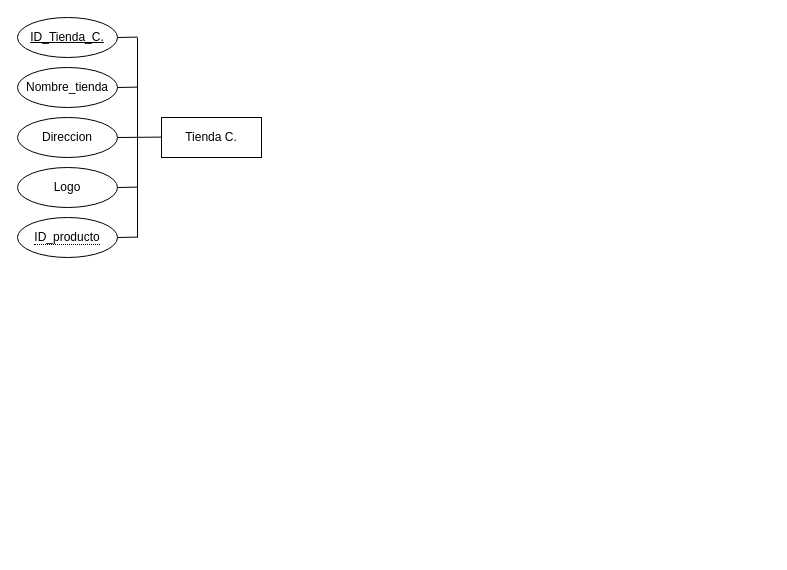
Earlier version of the draw.io diagram Modelos entidad relacion.drawio (BrayanRosasC/Tareas). Source tidied: cells renumbered, new cells numbered last; positions are measured from the earlier drawing's top-left corner, leaving out a move shared by most shapes. Both pictures are drawn from the tidied source at 100%, with x=0, y=0 at pixel (17, 17).
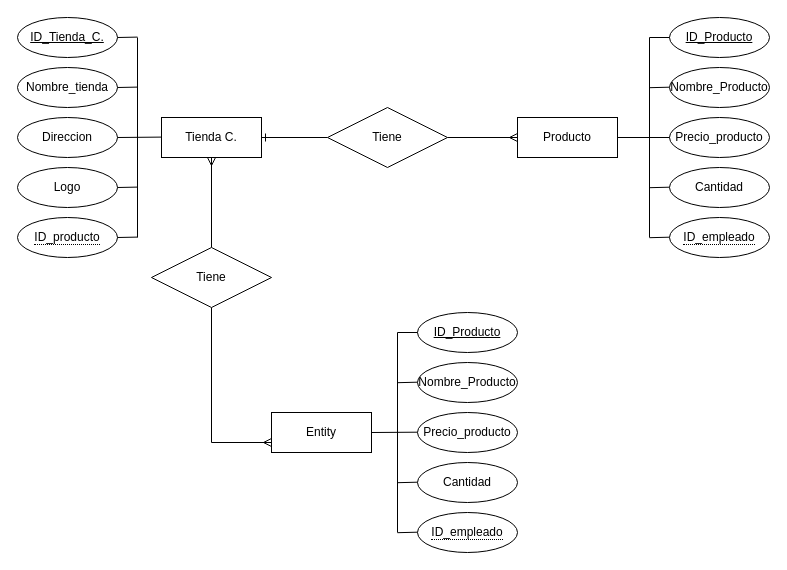
The same diagram, later.

Unchanged cells that the change refers to:
```xml
<mxCell id="2" value="Tienda C." style="whiteSpace=wrap;html=1;align=center;" parent="1" vertex="1">
  <mxGeometry x="144" y="100" width="100" height="40" as="geometry" />
</mxCell>
```

Diff of the diagram source:
```diff
@@
+    <mxCell id="14" style="edgeStyle=orthogonalEdgeStyle;rounded=0;jettySize=auto;html=1;entryX=1;entryY=0.5;entryDx=0;entryDy=0;endArrow=ERone;endFill=0;" parent="1" edge="1" source="16" target="2">
+      <mxGeometry relative="1" as="geometry" />
+    </mxCell>
+    <mxCell id="15" style="edgeStyle=orthogonalEdgeStyle;rounded=0;jettySize=auto;html=1;entryX=0;entryY=0.5;entryDx=0;entryDy=0;endArrow=ERmany;endFill=0;" parent="1" edge="1" source="16" target="17">
+      <mxGeometry relative="1" as="geometry" />
+    </mxCell>
+    <mxCell id="16" value="Tiene" style="shape=rhombus;perimeter=rhombusPerimeter;whiteSpace=wrap;html=1;align=center;" parent="1" vertex="1">
+      <mxGeometry x="310" y="90" width="120" height="60" as="geometry" />
+    </mxCell>
+    <mxCell id="17" value="Producto" style="whiteSpace=wrap;html=1;align=center;" parent="1" vertex="1">
+      <mxGeometry x="500" y="100" width="100" height="40" as="geometry" />
+    </mxCell>
+    <mxCell id="18" value="Nombre_Producto" style="ellipse;whiteSpace=wrap;html=1;align=center;direction=west;" parent="1" vertex="1">
+      <mxGeometry x="652" y="50" width="100" height="40" as="geometry" />
+    </mxCell>
+    <mxCell id="19" value="ID_Producto" style="ellipse;whiteSpace=wrap;html=1;align=center;fontStyle=4;direction=west;" parent="1" vertex="1">
+      <mxGeometry x="652" width="100" height="40" as="geometry" />
+    </mxCell>
+    <mxCell id="20" value="&lt;span style=&quot;border-bottom: 1px dotted&quot;&gt;ID_empleado&lt;/span&gt;" style="ellipse;whiteSpace=wrap;html=1;align=center;direction=west;" parent="1" vertex="1">
+      <mxGeometry x="652" y="200" width="100" height="40" as="geometry" />
+    </mxCell>
+    <mxCell id="21" value="Precio_producto" style="ellipse;whiteSpace=wrap;html=1;align=center;direction=west;" parent="1" vertex="1">
+      <mxGeometry x="652" y="100" width="100" height="40" as="geometry" />
+    </mxCell>
+    <mxCell id="22" value="Cantidad" style="ellipse;whiteSpace=wrap;html=1;align=center;direction=west;" parent="1" vertex="1">
+      <mxGeometry x="652" y="150" width="100" height="40" as="geometry" />
+    </mxCell>
+    <mxCell id="23" style="endArrow=none;html=1;rounded=0;" parent="1" edge="1">
+      <mxGeometry relative="1" as="geometry">
+        <mxPoint x="632" y="220" as="sourcePoint" />
+        <mxPoint x="632" y="20" as="targetPoint" />
+      </mxGeometry>
+    </mxCell>
+    <mxCell id="24" style="endArrow=none;html=1;rounded=0;exitX=1;exitY=0.5;exitDx=0;exitDy=0;" parent="1" edge="1" source="19">
+      <mxGeometry relative="1" as="geometry">
+        <mxPoint x="632" y="20" as="targetPoint" />
+      </mxGeometry>
+    </mxCell>
+    <mxCell id="25" style="endArrow=none;html=1;rounded=0;exitX=1;exitY=0.5;exitDx=0;exitDy=0;entryX=1;entryY=0.5;entryDx=0;entryDy=0;" parent="1" edge="1" source="21" target="17">
+      <mxGeometry relative="1" as="geometry" />
+    </mxCell>
+    <mxCell id="26" style="endArrow=none;html=1;rounded=0;exitX=1;exitY=0.5;exitDx=0;exitDy=0;" parent="1" edge="1">
+      <mxGeometry relative="1" as="geometry">
+        <mxPoint x="632" y="70.2" as="sourcePoint" />
+        <mxPoint x="652" y="69.7" as="targetPoint" />
+      </mxGeometry>
+    </mxCell>
+    <mxCell id="27" style="endArrow=none;html=1;rounded=0;exitX=1;exitY=0.5;exitDx=0;exitDy=0;" parent="1" edge="1">
+      <mxGeometry relative="1" as="geometry">
+        <mxPoint x="632" y="170.2" as="sourcePoint" />
+        <mxPoint x="652" y="169.7" as="targetPoint" />
+      </mxGeometry>
+    </mxCell>
+    <mxCell id="28" style="endArrow=none;html=1;rounded=0;exitX=1;exitY=0.5;exitDx=0;exitDy=0;" parent="1" edge="1">
+      <mxGeometry relative="1" as="geometry">
+        <mxPoint x="632" y="220.2" as="sourcePoint" />
+        <mxPoint x="652" y="219.7" as="targetPoint" />
+      </mxGeometry>
+    </mxCell>
+    <mxCell id="29" style="edgeStyle=orthogonalEdgeStyle;rounded=0;jettySize=auto;html=1;entryX=0.5;entryY=1;entryDx=0;entryDy=0;endArrow=ERmany;endFill=0;" parent="1" edge="1" source="31" target="2">
+      <mxGeometry relative="1" as="geometry" />
+    </mxCell>
+    <mxCell id="30" style="edgeStyle=orthogonalEdgeStyle;rounded=0;jettySize=auto;html=1;entryX=0;entryY=0.75;entryDx=0;entryDy=0;endArrow=ERmany;endFill=0;" parent="1" edge="1" source="31" target="32">
+      <mxGeometry relative="1" as="geometry" />
+    </mxCell>
+    <mxCell id="31" value="Tiene" style="shape=rhombus;perimeter=rhombusPerimeter;whiteSpace=wrap;html=1;align=center;" parent="1" vertex="1">
+      <mxGeometry x="134" y="230" width="120" height="60" as="geometry" />
+    </mxCell>
+    <mxCell id="32" value="Entity" style="whiteSpace=wrap;html=1;align=center;" parent="1" vertex="1">
+      <mxGeometry x="254" y="395" width="100" height="40" as="geometry" />
+    </mxCell>
+    <mxCell id="33" value="Nombre_Producto" style="ellipse;whiteSpace=wrap;html=1;align=center;direction=west;" parent="1" vertex="1">
+      <mxGeometry x="400" y="345" width="100" height="40" as="geometry" />
+    </mxCell>
+    <mxCell id="34" value="ID_Producto" style="ellipse;whiteSpace=wrap;html=1;align=center;fontStyle=4;direction=west;" parent="1" vertex="1">
+      <mxGeometry x="400" y="295" width="100" height="40" as="geometry" />
+    </mxCell>
+    <mxCell id="35" value="&lt;span style=&quot;border-bottom: 1px dotted&quot;&gt;ID_empleado&lt;/span&gt;" style="ellipse;whiteSpace=wrap;html=1;align=center;direction=west;" parent="1" vertex="1">
+      <mxGeometry x="400" y="495" width="100" height="40" as="geometry" />
+    </mxCell>
+    <mxCell id="36" value="Precio_producto" style="ellipse;whiteSpace=wrap;html=1;align=center;direction=west;" parent="1" vertex="1">
+      <mxGeometry x="400" y="395" width="100" height="40" as="geometry" />
+    </mxCell>
+    <mxCell id="37" value="Cantidad" style="ellipse;whiteSpace=wrap;html=1;align=center;direction=west;" parent="1" vertex="1">
+      <mxGeometry x="400" y="445" width="100" height="40" as="geometry" />
+    </mxCell>
+    <mxCell id="38" style="endArrow=none;html=1;rounded=0;" parent="1" edge="1">
+      <mxGeometry relative="1" as="geometry">
+        <mxPoint x="380" y="515" as="sourcePoint" />
+        <mxPoint x="380" y="315" as="targetPoint" />
+      </mxGeometry>
+    </mxCell>
+    <mxCell id="39" style="endArrow=none;html=1;rounded=0;exitX=1;exitY=0.5;exitDx=0;exitDy=0;" parent="1" edge="1" source="34">
+      <mxGeometry relative="1" as="geometry">
+        <mxPoint x="380" y="315" as="targetPoint" />
+      </mxGeometry>
+    </mxCell>
+    <mxCell id="40" style="endArrow=none;html=1;rounded=0;exitX=1;exitY=0.5;exitDx=0;exitDy=0;" parent="1" edge="1">
+      <mxGeometry relative="1" as="geometry">
+        <mxPoint x="380" y="365.2" as="sourcePoint" />
+        <mxPoint x="400" y="364.7" as="targetPoint" />
+      </mxGeometry>
+    </mxCell>
+    <mxCell id="41" style="endArrow=none;html=1;rounded=0;exitX=1;exitY=0.5;exitDx=0;exitDy=0;" parent="1" edge="1">
+      <mxGeometry relative="1" as="geometry">
+        <mxPoint x="380" y="465.2" as="sourcePoint" />
+        <mxPoint x="400" y="464.7" as="targetPoint" />
+      </mxGeometry>
+    </mxCell>
+    <mxCell id="42" style="endArrow=none;html=1;rounded=0;exitX=1;exitY=0.5;exitDx=0;exitDy=0;" parent="1" edge="1">
+      <mxGeometry relative="1" as="geometry">
+        <mxPoint x="380" y="515.2" as="sourcePoint" />
+        <mxPoint x="400" y="514.7" as="targetPoint" />
+      </mxGeometry>
+    </mxCell>
+    <mxCell id="43" style="endArrow=none;html=1;rounded=0;exitX=1;exitY=0.5;exitDx=0;exitDy=0;entryX=1;entryY=0.5;entryDx=0;entryDy=0;" parent="1" edge="1" target="32">
+      <mxGeometry relative="1" as="geometry">
+        <mxPoint x="400" y="414.7" as="sourcePoint" />
+      </mxGeometry>
+    </mxCell>
```
